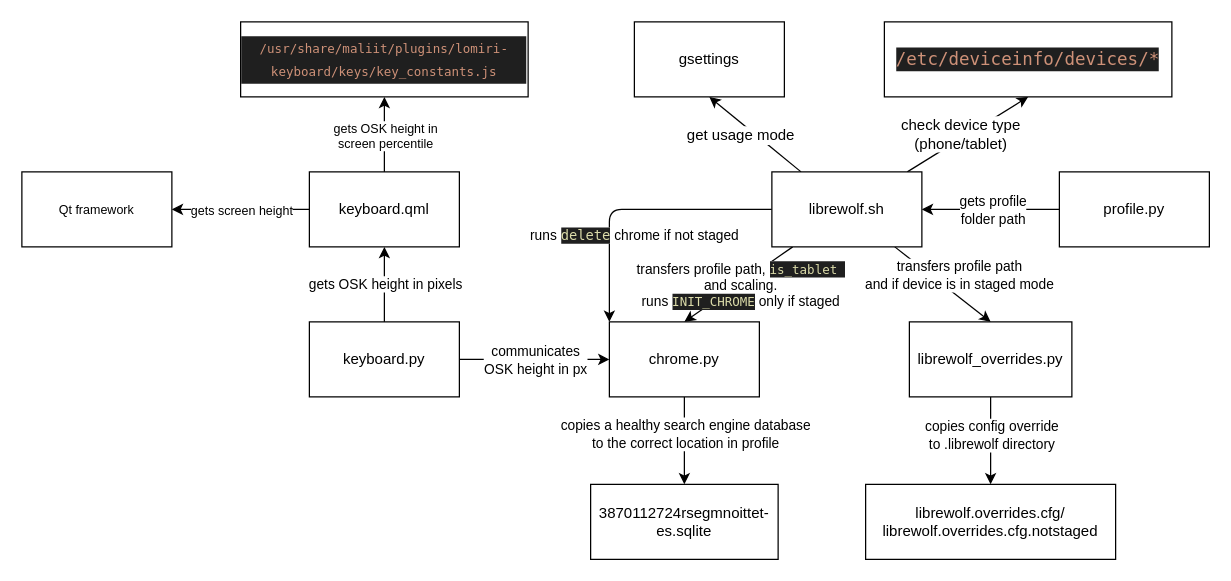
ChromiumOS-Guy/uWolf keeps this draw.io diagram as flowcharts/profile_init_architecture.drawio. Above is the earlier version. Source tidied: cells renumbered, new cells numbered last; positions are measured from the earlier drawing's top-left corner, leaving out a move shared by most shapes. Both pictures are drawn from the tidied source at 125%, with x=0, y=0 at pixel (21, 21).
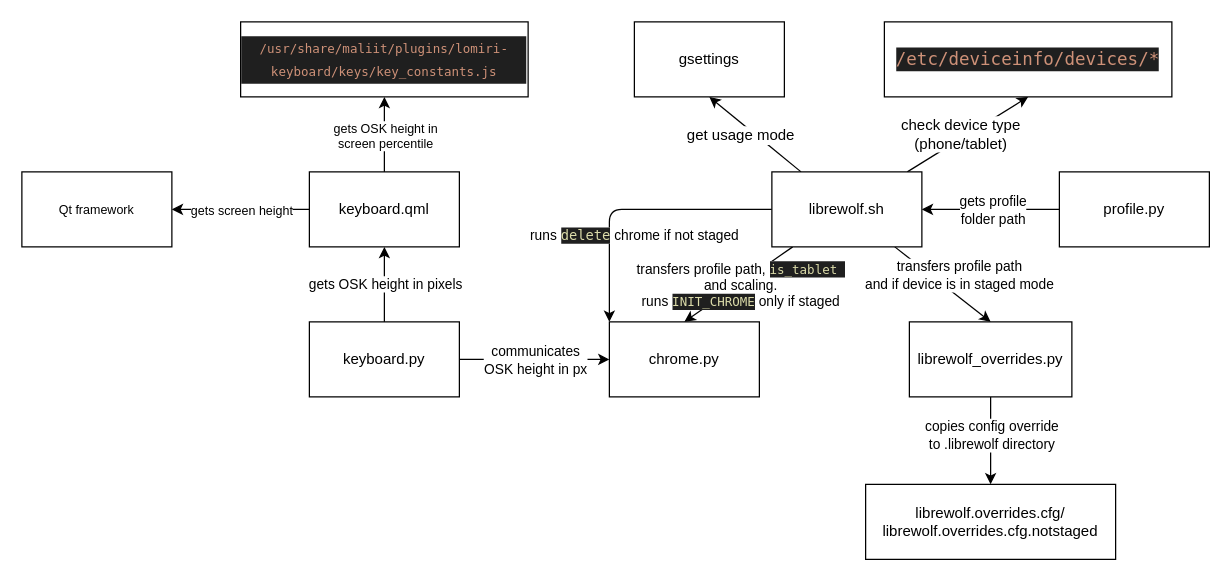
After the change.

The change refers to these unchanged cells:
```xml
<mxCell id="7" value="chrome.py" style="rounded=0;whiteSpace=wrap;html=1;" parent="1" vertex="1">
  <mxGeometry x="470" y="240" width="120" height="60" as="geometry" />
</mxCell>
```

Change to the diagram source:
```diff
@@
-    <mxCell id="5" style="edgeStyle=none;html=1;" parent="1" edge="1" source="7" target="21">
-      <mxGeometry relative="1" as="geometry" />
-    </mxCell>
-    <mxCell id="6" value="copies a healthy search engine database&lt;br&gt;to the correct location in profile" style="edgeLabel;html=1;align=center;verticalAlign=middle;fontSize=11;" parent="5" vertex="1">
-      <mxGeometry x="-0.28" relative="1" as="geometry">
-        <mxPoint y="4" as="offset" />
-      </mxGeometry>
-    </mxCell>
@@
-    <mxCell id="21" value="3870112724rsegmnoittet-es.sqlite" style="rounded=0;whiteSpace=wrap;html=1;" parent="1" vertex="1">
-      <mxGeometry x="455" y="370" width="150" height="60" as="geometry" />
-    </mxCell>
```
